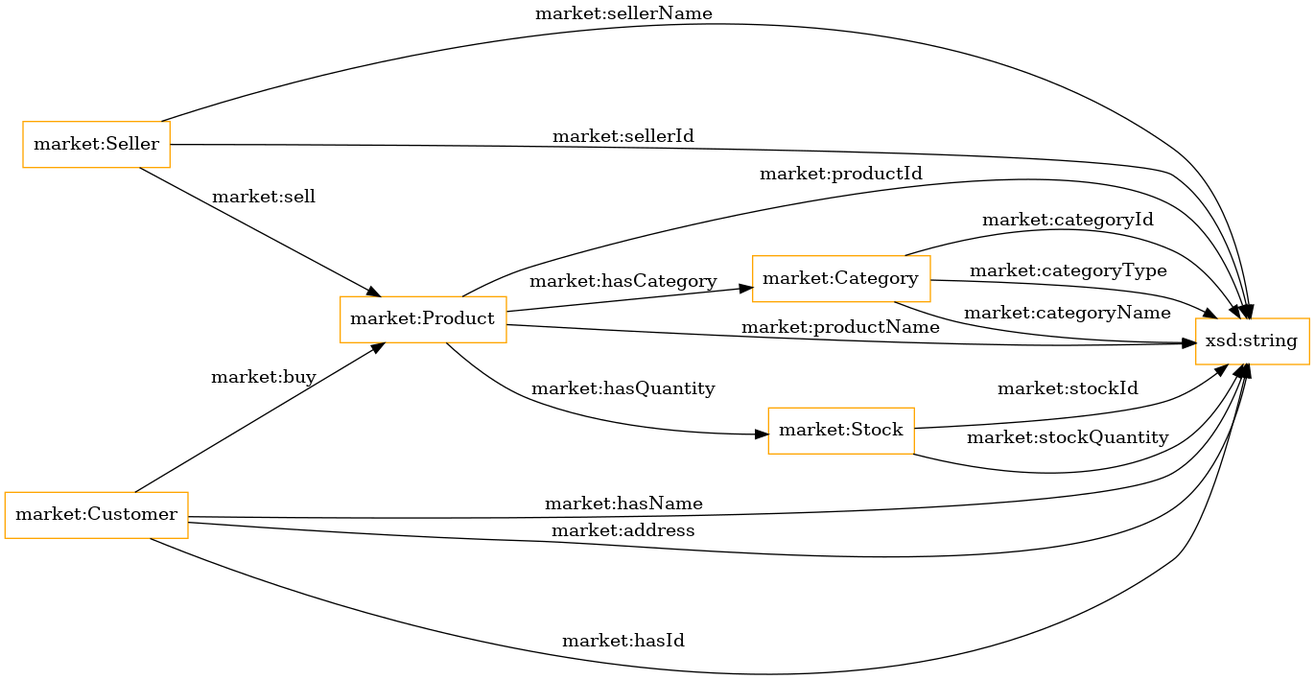
oeg-upm/AURORAL-marketplace-ontology keeps this Graphviz diagram as OnToology/ontology/market-place.ttl/diagrams/ar2dtool-class/market-place.ttl.png. Above is the earlier version. Its source is kept beside it as OnToology/ontology/market-place.ttl/diagrams/ar2dtool-class/market-place.ttl.png.dot.
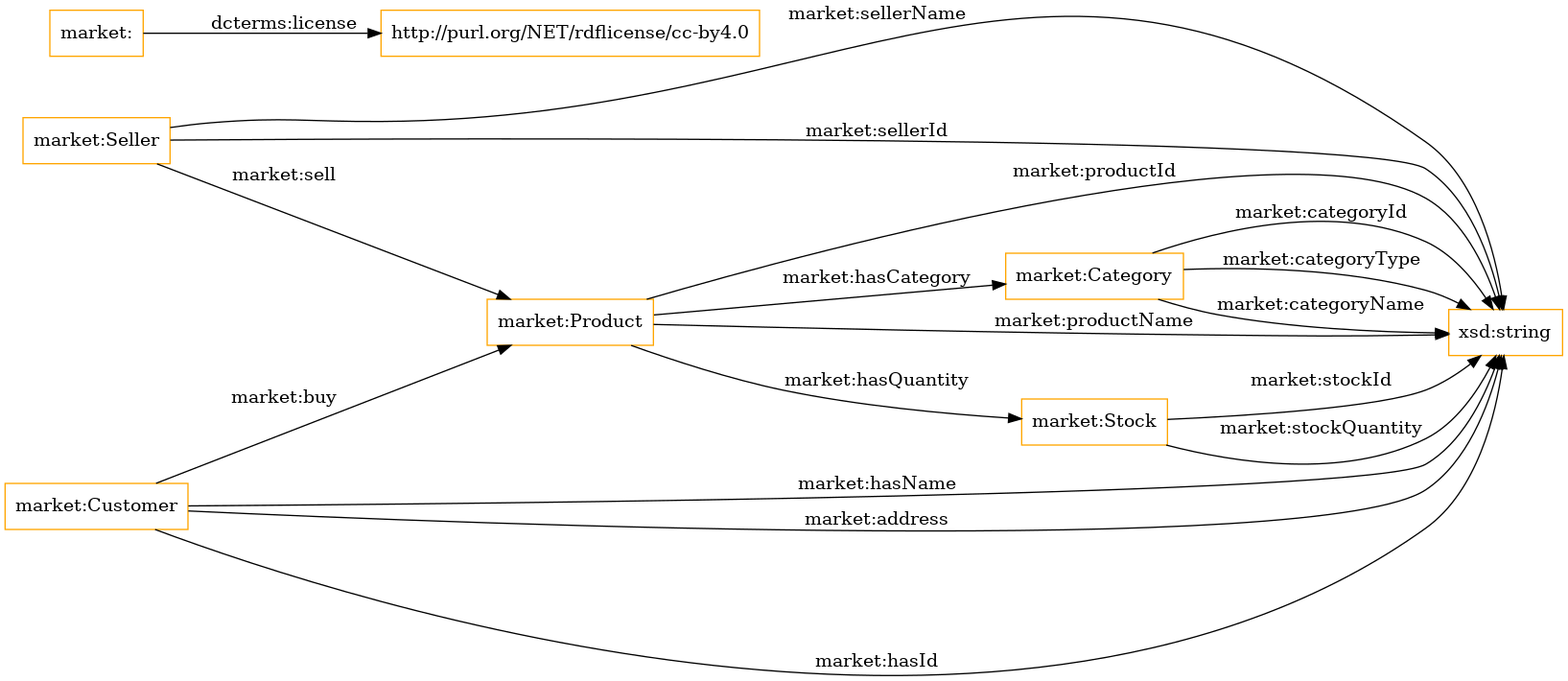
After the change.

Change to the diagram source:
```diff
@@ -2,6 +2,7 @@
 rankdir=LR;
 size="1501"
 node [shape = rectangle, color="orange"]; "market:Stock" "market:Seller" "market:Product" "market:Customer" "market:Category" ; /*classes style*/
+	"market:" -> "http://purl.org/NET/rdflicense/cc-by4.0" [ label = "dcterms:license" ];
 	"market:Category" -> "xsd:string" [ label = "market:categoryId" ];
 	"market:Seller" -> "xsd:string" [ label = "market:sellerId" ];
 	"market:Category" -> "xsd:string" [ label = "market:categoryType" ];
```
